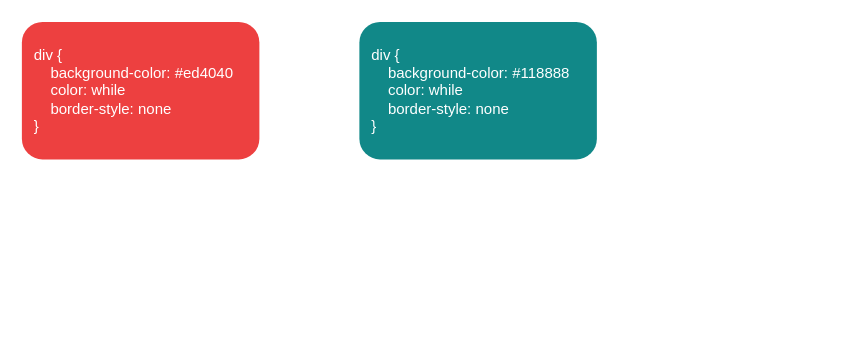
This is page "color-combination" (4 of 5) of languages/css/styling.drawio from yangdj/tf_docs, a draw.io file, before an edit. Source tidied: cells renumbered, new cells numbered last; positions are measured from the earlier drawing's top-left corner, leaving out a move shared by most shapes. Both pictures are drawn from the tidied source at 125%, with x=0, y=0 at pixel (21, 21).
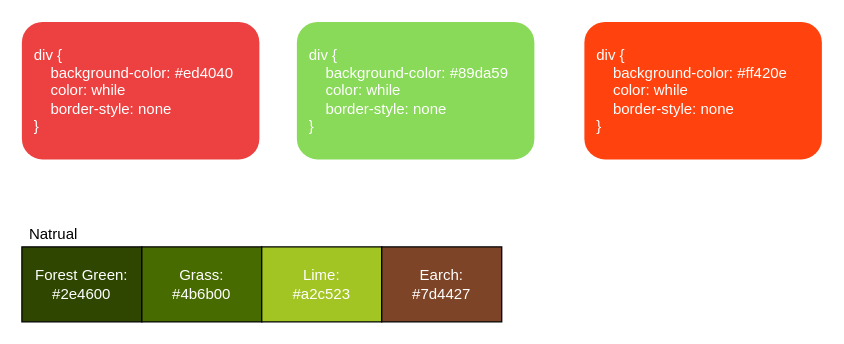
The same diagram, later.

The edit, as a diff of the source:
```diff
@@
 <mxGraphModel>
   <root>
     <mxCell id="0" />
     <mxCell id="1" parent="0" />
     <mxCell id="2" value="div {&lt;br&gt;&amp;nbsp; &amp;nbsp; background-color: #ed4040&lt;br&gt;&amp;nbsp; &amp;nbsp; color: while&lt;br&gt;&amp;nbsp; &amp;nbsp; border-style: none&lt;br&gt;}" style="rounded=1;whiteSpace=wrap;html=1;fillColor=#ed4040;align=left;spacingTop=0;spacing=10;labelBorderColor=none;strokeColor=none;fontColor=#FFFFFF;" parent="1" vertex="1">
       <mxGeometry width="190" height="110" as="geometry" />
     </mxCell>
-    <mxCell id="3" value="div {&lt;br&gt;&amp;nbsp; &amp;nbsp; background-color: #118888&lt;br&gt;&amp;nbsp; &amp;nbsp; color: while&lt;br&gt;&amp;nbsp; &amp;nbsp; border-style: none&lt;br&gt;}" style="rounded=1;whiteSpace=wrap;html=1;fillColor=#118888;align=left;spacingTop=0;spacing=10;labelBorderColor=none;strokeColor=none;fontColor=#FFFFFF;" parent="1" vertex="1">
-      <mxGeometry x="270" width="190" height="110" as="geometry" />
+    <mxCell id="3" value="div {&lt;br&gt;&amp;nbsp; &amp;nbsp; background-color: #89da59&lt;br&gt;&amp;nbsp; &amp;nbsp; color: while&lt;br&gt;&amp;nbsp; &amp;nbsp; border-style: none&lt;br&gt;}" style="rounded=1;whiteSpace=wrap;html=1;fillColor=#89da59;align=left;spacingTop=0;spacing=10;labelBorderColor=none;strokeColor=none;fontColor=#FFFFFF;" parent="1" vertex="1">
+      <mxGeometry x="220" width="190" height="110" as="geometry" />
     </mxCell>
+    <mxCell id="4" value="div {&lt;br&gt;&amp;nbsp; &amp;nbsp; background-color: #ff420e&lt;br&gt;&amp;nbsp; &amp;nbsp; color: while&lt;br&gt;&amp;nbsp; &amp;nbsp; border-style: none&lt;br&gt;}" style="rounded=1;whiteSpace=wrap;html=1;fillColor=#ff420e;align=left;spacingTop=0;spacing=10;labelBorderColor=none;strokeColor=none;fontColor=#FFFFFF;" parent="1" vertex="1">
+      <mxGeometry x="450" width="190" height="110" as="geometry" />
+    </mxCell>
+    <mxCell id="5" style="group;" parent="1" vertex="1">
+      <mxGeometry y="160" width="383.8" height="80" as="geometry" />
+    </mxCell>
+    <mxCell id="6" style="group;" parent="5" vertex="1">
+      <mxGeometry y="20" width="383.8" height="60" as="geometry" />
+    </mxCell>
+    <mxCell id="7" value="Forest Green:&lt;br&gt;#2e4600" style="rounded=0;whiteSpace=wrap;html=1;fillColor=#2e4600;fontColor=#FFFFFF;" parent="6" vertex="1">
+      <mxGeometry width="96" height="60" as="geometry" />
+    </mxCell>
+    <mxCell id="8" value="Grass:&lt;br&gt;#4b6b00" style="rounded=0;whiteSpace=wrap;html=1;fillColor=#486b00;fontColor=#FFFFFF;" parent="6" vertex="1">
+      <mxGeometry x="96" width="96" height="60" as="geometry" />
+    </mxCell>
+    <mxCell id="9" value="Lime:&lt;br&gt;#a2c523" style="rounded=0;whiteSpace=wrap;html=1;fillColor=#a2c523;fontColor=#FFFFFF;" parent="6" vertex="1">
+      <mxGeometry x="191.9" width="96" height="60" as="geometry" />
+    </mxCell>
+    <mxCell id="10" value="Earch:&lt;br&gt;#7d4427" style="rounded=0;whiteSpace=wrap;html=1;fillColor=#7d4427;fontColor=#FFFFFF;" parent="6" vertex="1">
+      <mxGeometry x="287.9" width="96" height="60" as="geometry" />
+    </mxCell>
+    <mxCell id="11" value="Natrual" style="text;html=1;align=center;verticalAlign=middle;" parent="5" vertex="1">
+      <mxGeometry width="50" height="20" as="geometry" />
+    </mxCell>
   </root>
 </mxGraphModel>
```
